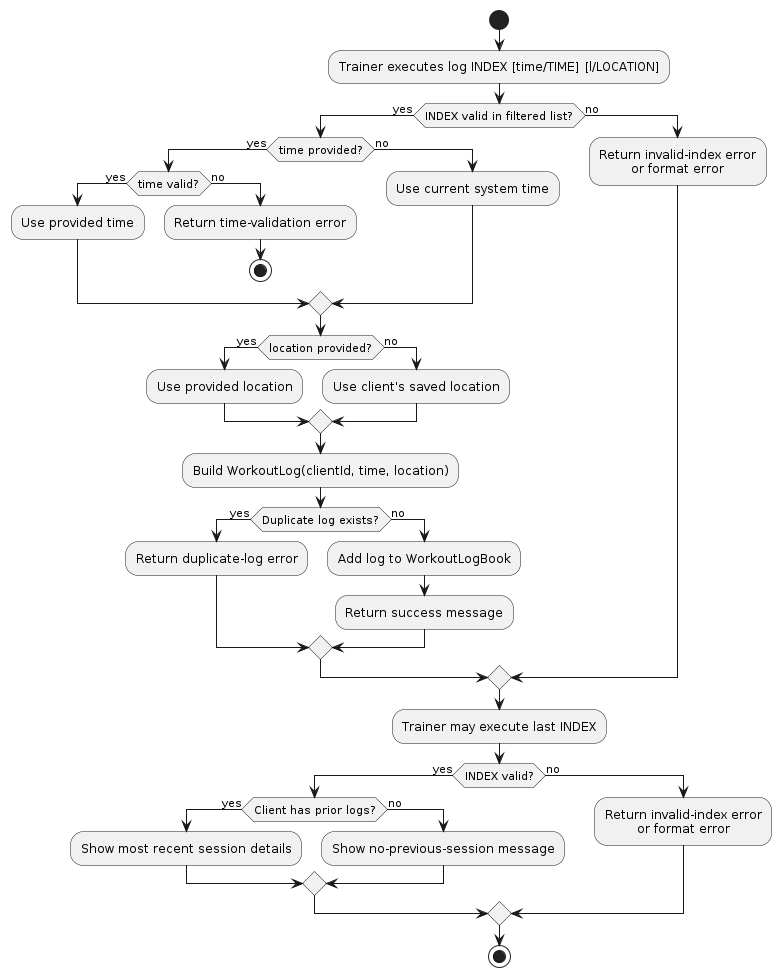
This is diagrams/WorkoutLogActivityDiagram.png from prickloll/tp, a PlantUML export, as it was before one commit. Its source is kept beside it as diagrams/WorkoutLogActivityDiagram.puml.
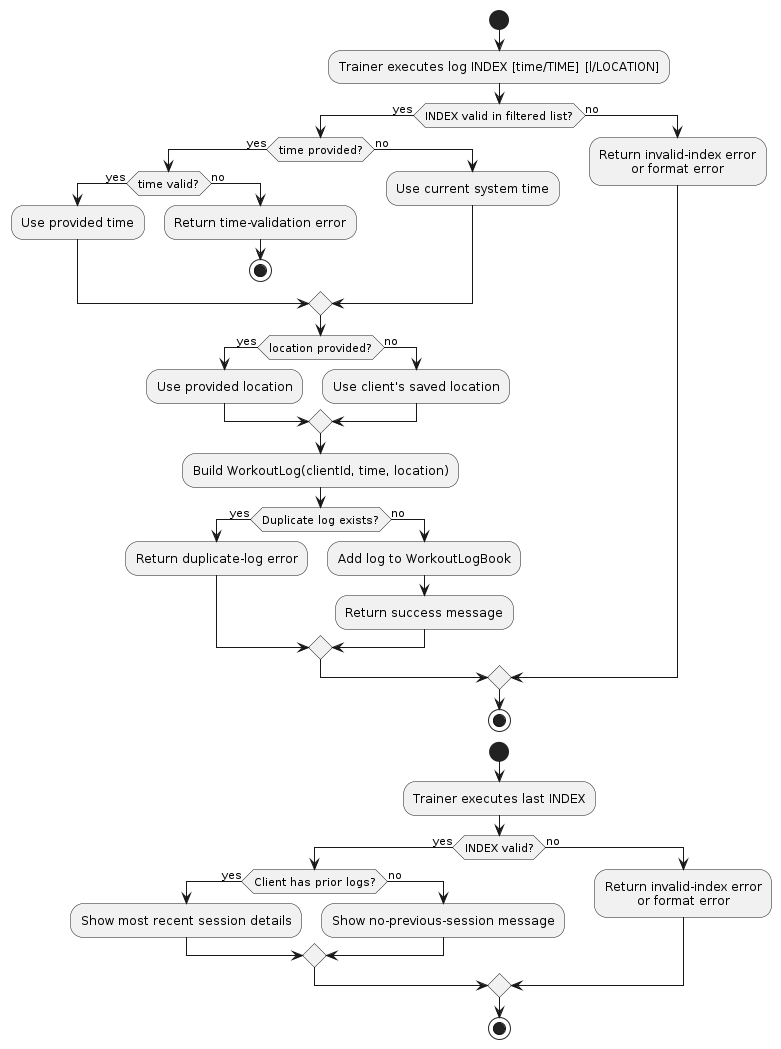
After the commit.

Change to the diagram source:
```diff
@@ -34,8 +34,10 @@
 else (no)
   :Return invalid-index error\nor format error;
 endif
+stop
 
-:Trainer may execute last INDEX;
+start
+:Trainer executes last INDEX;
 if (INDEX valid?) then (yes)
   if (Client has prior logs?) then (yes)
     :Show most recent session details;
```
